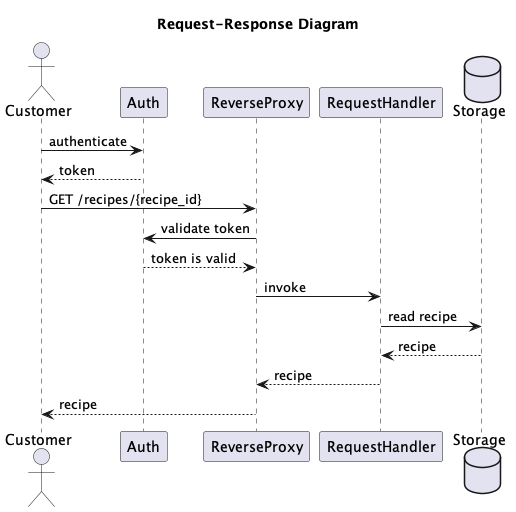
marioluan/gota keeps this PlantUML diagram as doc/diagrams/sequence-flow/request-response.png. Above is the earlier version.
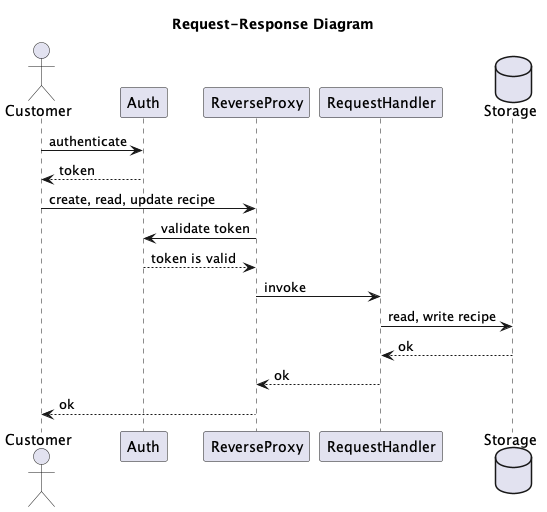
The same file after the commit.

Diff of the diagram source:
```diff
@@ -6,14 +6,14 @@
 
 Customer -> Auth: authenticate
 Auth --> Customer: token
-Customer -> ReverseProxy: GET /recipes/{recipe_id}
+Customer -> ReverseProxy: create, read, update recipe
 ReverseProxy -> Auth: validate token
 Auth --> ReverseProxy: token is valid
 ReverseProxy -> RequestHandler: invoke
 database Storage
-RequestHandler -> Storage: read recipe
-Storage --> RequestHandler: recipe
-RequestHandler --> ReverseProxy: recipe
-ReverseProxy --> Customer: recipe
+RequestHandler -> Storage: read, write recipe
+Storage --> RequestHandler: ok
+RequestHandler --> ReverseProxy: ok
+ReverseProxy --> Customer: ok
 
 @enduml
```
